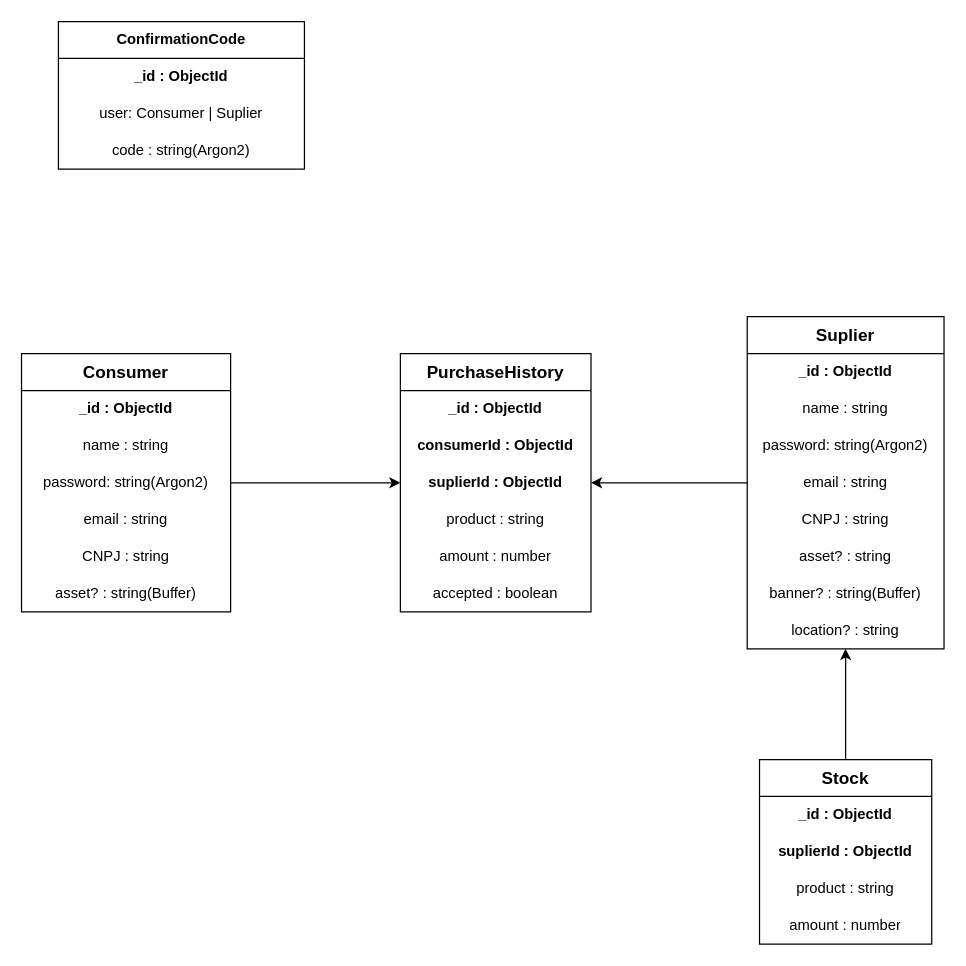
Before: Mongo Models.drawio in rettek-org/rettek-docs, a draw.io diagram. Source tidied: cells renumbered, new cells numbered last; positions are measured from the earlier drawing's top-left corner, leaving out a move shared by most shapes. Both pictures are drawn from the tidied source at 123%, with x=0, y=0 at pixel (21, 21).
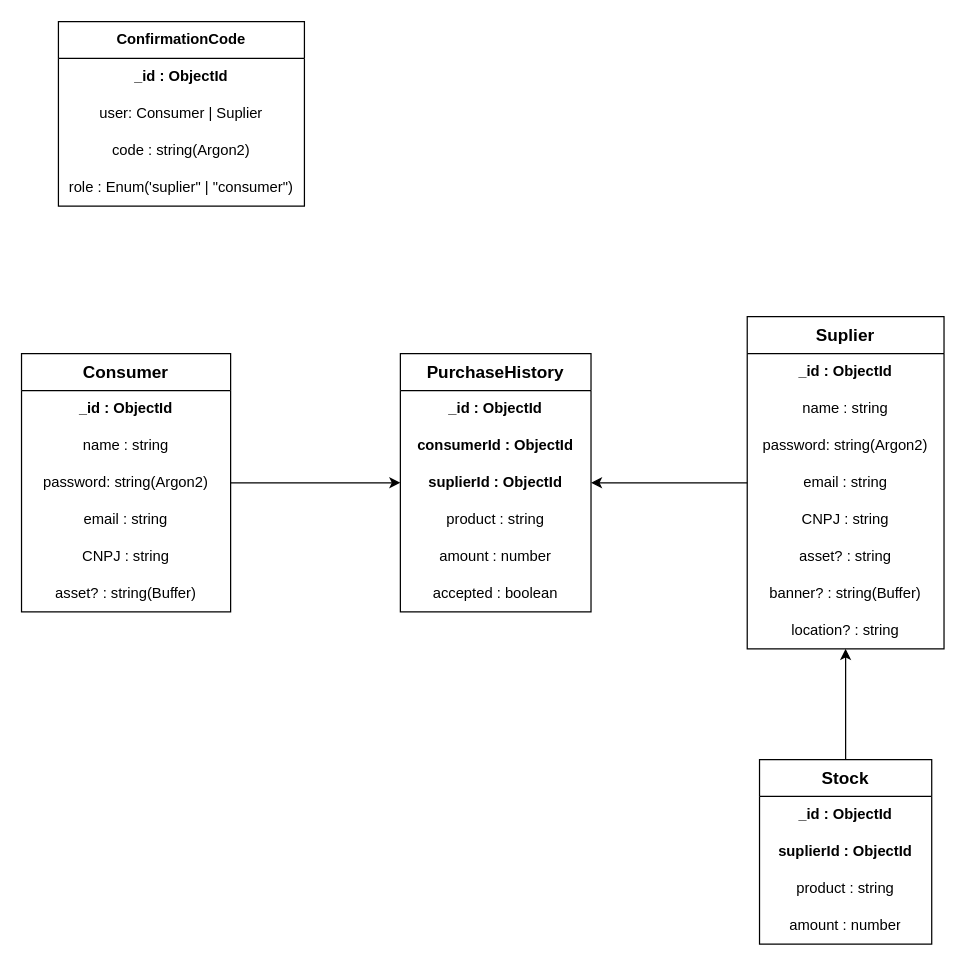
The same diagram, later.

Commit message:
enum role in confirmation code

The edit, as a diff of the source:
```diff
@@
     <mxCell id="2" value="&lt;b&gt;ConfirmationCode&lt;/b&gt;" style="swimlane;fontStyle=0;horizontal=1;startSize=30;whiteSpace=wrap;html=1;align=center;" parent="1" vertex="1">
-      <mxGeometry x="30" width="200" height="120" as="geometry" />
+      <mxGeometry x="30" width="200" height="150" as="geometry" />
     </mxCell>
@@
+    <mxCell id="37" value="role : Enum('suplier&quot; | &quot;consumer&quot;)" style="text;strokeColor=none;fillColor=none;align=center;verticalAlign=middle;spacingLeft=4;spacingRight=4;overflow=hidden;whiteSpace=wrap;html=1;" parent="2" vertex="1">
+      <mxGeometry y="120" width="200" height="30" as="geometry" />
+    </mxCell>
```
